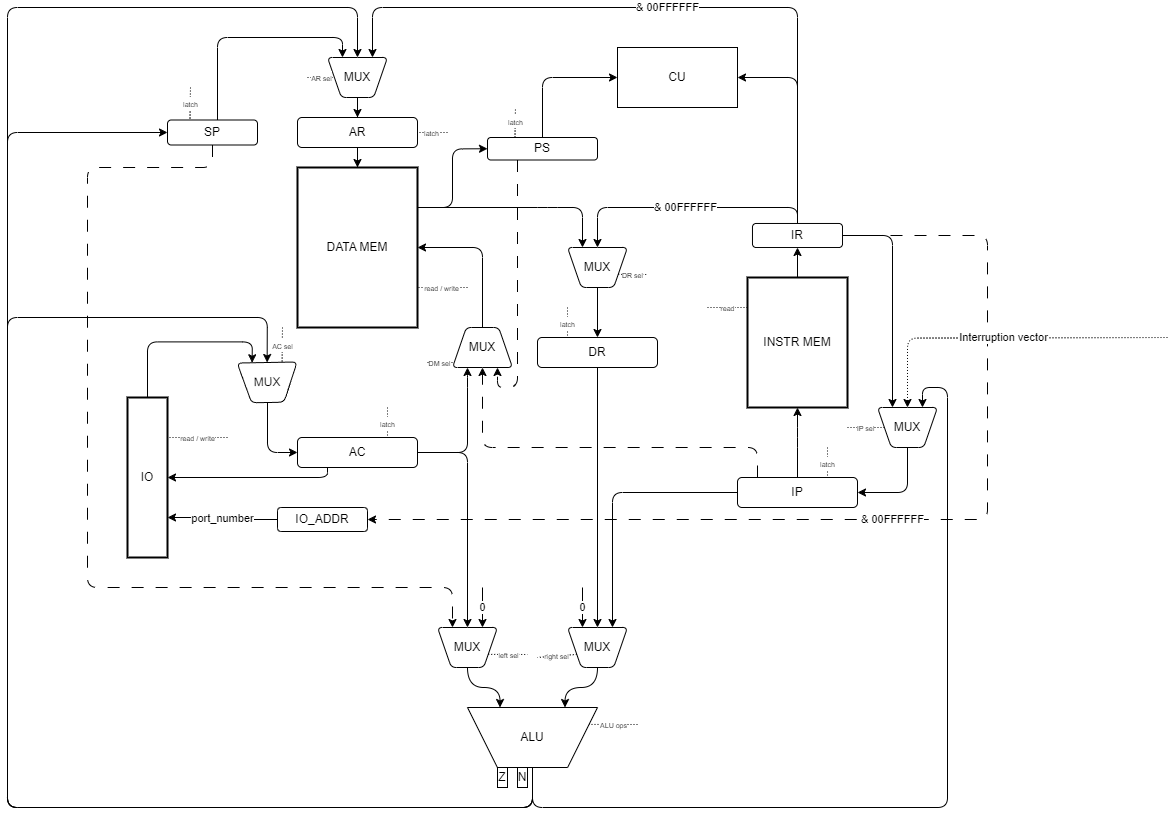
The draw.io diagram docs/sheme.png in artem961/csa-lab-4, before a commit. Source tidied: cells renumbered, new cells last; positions are measured from the earlier drawing's top-left corner, leaving out a move shared by most shapes.
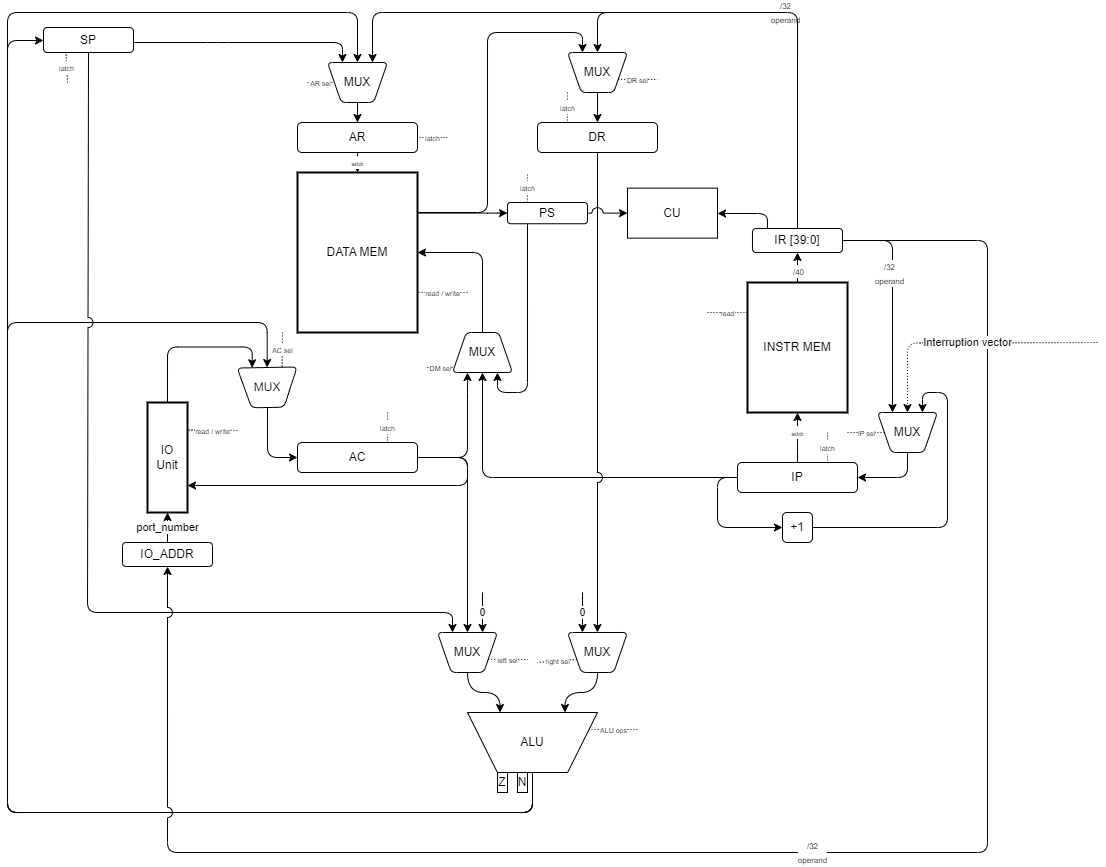
After the change.

Change to the diagram source:
```diff
@@ -5,22 +5,25 @@
     <mxCell id="2" style="edgeStyle=orthogonalEdgeStyle;rounded=1;jettySize=auto;html=1;entryX=0.5;entryY=1;entryDx=0;entryDy=0;exitX=0.5;exitY=0;exitDx=0;exitDy=0;curved=0;" parent="1" edge="1" source="3" target="67">
       <mxGeometry relative="1" as="geometry" />
     </mxCell>
+    <mxCell id="78" value="&lt;font style=&quot;font-size: 8px;&quot;&gt;/40&lt;/font&gt;" style="edgeLabel;html=1;align=center;verticalAlign=middle;" parent="2" vertex="1">
+      <mxGeometry x="-0.23" y="-1" relative="1" as="geometry" />
+    </mxCell>
     <mxCell id="3" value="INSTR MEM" style="rounded=0;whiteSpace=wrap;html=1;strokeWidth=2;" parent="1" vertex="1">
       <mxGeometry x="740" y="270" width="100" height="130" as="geometry" />
     </mxCell>
     <mxCell id="4" style="edgeStyle=orthogonalEdgeStyle;rounded=1;jettySize=auto;html=1;entryX=0.25;entryY=0;entryDx=0;entryDy=0;exitX=1;exitY=0.25;exitDx=0;exitDy=0;curved=0;" parent="1" edge="1" source="6" target="71">
       <mxGeometry relative="1" as="geometry">
         <Array as="points">
-          <mxPoint x="540" y="200" />
-          <mxPoint x="540" y="200" />
+          <mxPoint x="480" y="200" />
+          <mxPoint x="480" y="20" />
+          <mxPoint x="575" y="20" />
         </Array>
       </mxGeometry>
     </mxCell>
     <mxCell id="5" style="edgeStyle=orthogonalEdgeStyle;rounded=1;jettySize=auto;html=1;entryX=0;entryY=0.5;entryDx=0;entryDy=0;curved=0;" parent="1" edge="1" source="6" target="75">
       <mxGeometry relative="1" as="geometry">
         <Array as="points">
-          <mxPoint x="445" y="200" />
-          <mxPoint x="445" y="141" />
+          <mxPoint x="490" y="200" />
         </Array>
       </mxGeometry>
     </mxCell>
@@ -35,34 +38,35 @@
         </Array>
       </mxGeometry>
     </mxCell>
+    <mxCell id="79" value="&lt;font style=&quot;font-size: 6px;&quot;&gt;addr&lt;/font&gt;" style="edgeLabel;html=1;align=center;verticalAlign=middle;" parent="7" vertex="1">
+      <mxGeometry x="0.19" relative="1" as="geometry" />
+    </mxCell>
-    <mxCell id="8" style="edgeStyle=orthogonalEdgeStyle;rounded=1;jettySize=auto;html=1;entryX=0.75;entryY=0;entryDx=0;entryDy=0;curved=0;" parent="1" edge="1" source="10" target="22">
+    <mxCell id="8" style="edgeStyle=orthogonalEdgeStyle;rounded=1;jettySize=auto;html=1;entryX=0;entryY=0.5;entryDx=0;entryDy=0;curved=0;exitX=0;exitY=0.5;exitDx=0;exitDy=0;" parent="1" edge="1" source="10" target="81">
       <mxGeometry relative="1" as="geometry" />
     </mxCell>
-    <mxCell id="9" style="edgeStyle=orthogonalEdgeStyle;rounded=1;jettySize=auto;html=1;entryX=0.5;entryY=0;entryDx=0;entryDy=0;curved=0;strokeWidth=1;strokeColor=default;dashed=1;dashPattern=12 12;" parent="1" edge="1" source="10" target="56">
+    <mxCell id="9" style="edgeStyle=orthogonalEdgeStyle;rounded=1;jettySize=auto;html=1;entryX=0.5;entryY=0;entryDx=0;entryDy=0;curved=0;strokeWidth=1;strokeColor=default;jumpStyle=arc;jumpSize=10;exitX=0;exitY=0.5;exitDx=0;exitDy=0;" parent="1" edge="1" source="10" target="56">
       <mxGeometry relative="1" as="geometry">
         <Array as="points">
-          <mxPoint x="750" y="440" />
-          <mxPoint x="475" y="440" />
+          <mxPoint x="475" y="465" />
         </Array>
       </mxGeometry>
     </mxCell>
     <mxCell id="10" value="IP" style="rounded=1;whiteSpace=wrap;html=1;" parent="1" vertex="1">
-      <mxGeometry x="730" y="470" width="120" height="30" as="geometry" />
+      <mxGeometry x="730" y="450" width="120" height="30" as="geometry" />
     </mxCell>
     <mxCell id="11" value="CU" style="rounded=0;whiteSpace=wrap;html=1;" parent="1" vertex="1">
-      <mxGeometry x="610" y="40" width="120" height="60" as="geometry" />
+      <mxGeometry x="620" y="175.6" width="90" height="50" as="geometry" />
     </mxCell>
-    <mxCell id="12" style="edgeStyle=orthogonalEdgeStyle;rounded=0;jettySize=auto;html=1;entryX=0.5;entryY=0;entryDx=0;entryDy=0;" parent="1" edge="1" source="13" target="22">
+    <mxCell id="12" style="edgeStyle=orthogonalEdgeStyle;rounded=0;jettySize=auto;html=1;entryX=0.5;entryY=0;entryDx=0;entryDy=0;jumpStyle=arc;jumpSize=10;" parent="1" edge="1" source="13" target="22">
       <mxGeometry relative="1" as="geometry" />
     </mxCell>
     <mxCell id="13" value="DR" style="rounded=1;whiteSpace=wrap;html=1;" parent="1" vertex="1">
-      <mxGeometry x="530" y="330" width="120" height="30" as="geometry" />
+      <mxGeometry x="530" y="110" width="120" height="30" as="geometry" />
     </mxCell>
-    <mxCell id="14" style="edgeStyle=orthogonalEdgeStyle;rounded=1;jettySize=auto;html=1;entryX=0.75;entryY=0;entryDx=0;entryDy=0;exitX=0.5;exitY=1;exitDx=0;exitDy=0;curved=0;" parent="1" edge="1" source="18" target="28">
+    <mxCell id="14" style="edgeStyle=orthogonalEdgeStyle;rounded=1;jettySize=auto;html=1;entryX=0.75;entryY=0;entryDx=0;entryDy=0;exitX=1;exitY=0.5;exitDx=0;exitDy=0;curved=0;" parent="1" edge="1" source="81" target="28">
       <mxGeometry relative="1" as="geometry">
         <Array as="points">
-          <mxPoint x="525" y="800" />
-          <mxPoint x="940" y="800" />
+          <mxPoint x="940" y="515" />
           <mxPoint x="940" y="380" />
           <mxPoint x="915" y="380" />
         </Array>
@@ -93,7 +97,8 @@
         <Array as="points">
           <mxPoint x="525" y="800" />
           <mxPoint y="800" />
-          <mxPoint y="125" />
+          <mxPoint y="28" />
+          <mxPoint x="36" y="28" />
         </Array>
       </mxGeometry>
     </mxCell>
@@ -123,10 +128,12 @@
         </Array>
       </mxGeometry>
     </mxCell>
-    <mxCell id="25" style="edgeStyle=orthogonalEdgeStyle;rounded=1;jettySize=auto;html=1;entryX=1;entryY=0.5;entryDx=0;entryDy=0;exitX=0.25;exitY=1;exitDx=0;exitDy=0;curved=0;" parent="1" edge="1" source="26" target="36">
+    <mxCell id="25" style="edgeStyle=orthogonalEdgeStyle;rounded=1;jettySize=auto;html=1;entryX=1;entryY=0.75;entryDx=0;entryDy=0;exitX=1;exitY=0.5;exitDx=0;exitDy=0;curved=0;" parent="1" edge="1" source="26" target="36">
       <mxGeometry relative="1" as="geometry">
         <Array as="points">
-          <mxPoint x="320" y="470" />
+          <mxPoint x="460" y="445" />
+          <mxPoint x="460" y="473" />
+          <mxPoint x="180" y="473" />
         </Array>
       </mxGeometry>
     </mxCell>
@@ -139,7 +146,7 @@
     <mxCell id="28" value="MUX" style="verticalLabelPosition=middle;verticalAlign=middle;html=1;shape=trapezoid;perimeter=trapezoidPerimeter;whiteSpace=wrap;size=0.23;arcSize=10;flipV=1;labelPosition=center;align=center;rounded=1;" parent="1" vertex="1">
       <mxGeometry x="870" y="400" width="60" height="40" as="geometry" />
     </mxCell>
-    <mxCell id="29" style="edgeStyle=orthogonalEdgeStyle;rounded=0;jettySize=auto;html=1;entryX=0.5;entryY=0;entryDx=0;entryDy=0;" parent="1" edge="1" source="30" target="6">
+    <mxCell id="29" value="&lt;font style=&quot;font-size: 6px;&quot;&gt;addr&lt;/font&gt;" style="edgeStyle=orthogonalEdgeStyle;rounded=0;jettySize=auto;html=1;entryX=0.5;entryY=0;entryDx=0;entryDy=0;" parent="1" edge="1" source="30" target="6">
       <mxGeometry relative="1" as="geometry" />
     </mxCell>
     <mxCell id="30" value="AR" style="rounded=1;whiteSpace=wrap;html=1;" parent="1" vertex="1">
@@ -160,16 +167,15 @@
     <mxCell id="35" style="edgeStyle=orthogonalEdgeStyle;rounded=1;jettySize=auto;html=1;entryX=0.25;entryY=0;entryDx=0;entryDy=0;curved=0;exitX=0.5;exitY=0;exitDx=0;exitDy=0;" parent="1" edge="1" source="36" target="34">
       <mxGeometry relative="1" as="geometry" />
     </mxCell>
-    <mxCell id="36" value="IO" style="rounded=0;whiteSpace=wrap;html=1;strokeWidth=2;" parent="1" vertex="1">
-      <mxGeometry x="120" y="390" width="40" height="160" as="geometry" />
+    <mxCell id="36" value="IO&lt;div&gt;Unit&lt;/div&gt;" style="rounded=0;whiteSpace=wrap;html=1;strokeWidth=2;" parent="1" vertex="1">
+      <mxGeometry x="140" y="390" width="40" height="110" as="geometry" />
     </mxCell>
-    <mxCell id="37" style="edgeStyle=orthogonalEdgeStyle;rounded=1;jettySize=auto;html=1;entryX=0.25;entryY=0;entryDx=0;entryDy=0;curved=0;dashed=1;dashPattern=12 12;exitX=0.5;exitY=1;exitDx=0;exitDy=0;" parent="1" edge="1" source="39" target="20">
+    <mxCell id="37" style="edgeStyle=orthogonalEdgeStyle;rounded=1;jettySize=auto;html=1;entryX=0.25;entryY=0;entryDx=0;entryDy=0;curved=0;exitX=0.5;exitY=1;exitDx=0;exitDy=0;jumpStyle=arc;jumpSize=10;" parent="1" edge="1" source="39" target="20">
       <mxGeometry relative="1" as="geometry">
         <Array as="points">
-          <mxPoint x="205" y="160" />
-          <mxPoint x="80" y="160" />
-          <mxPoint x="80" y="580" />
-          <mxPoint x="445" y="580" />
+          <mxPoint x="80" y="50" />
+          <mxPoint x="80" y="600" />
+          <mxPoint x="445" y="600" />
         </Array>
       </mxGeometry>
     </mxCell>
@@ -182,7 +188,7 @@
       </mxGeometry>
     </mxCell>
     <mxCell id="39" value="SP" style="rounded=1;whiteSpace=wrap;html=1;" parent="1" vertex="1">
-      <mxGeometry x="160" y="112.5" width="90" height="25" as="geometry" />
+      <mxGeometry x="36" y="15" width="90" height="25" as="geometry" />
     </mxCell>
     <mxCell id="40" value="0" style="endArrow=none;html=1;rounded=0;exitX=0.25;exitY=0;exitDx=0;exitDy=0;endFill=1;startArrow=classic;startFill=1;" parent="1" edge="1" source="22">
       <mxGeometry relative="1" as="geometry">
@@ -204,9 +210,9 @@
         <mxPoint x="530" y="650" as="targetPoint" />
       </mxGeometry>
     </mxCell>
-    <mxCell id="44" value="&lt;font style=&quot;font-size: 7px;&quot;&gt;latch&lt;/font&gt;" style="endArrow=none;dashed=1;html=1;rounded=0;dashPattern=1 2;entryX=0.25;entryY=0;entryDx=0;entryDy=0;" parent="1" edge="1" target="39">
+    <mxCell id="44" value="&lt;font style=&quot;font-size: 7px;&quot;&gt;latch&lt;/font&gt;" style="endArrow=none;dashed=1;html=1;rounded=0;dashPattern=1 2;entryX=0.25;entryY=1;entryDx=0;entryDy=0;" parent="1" edge="1" target="39">
       <mxGeometry relative="1" as="geometry">
-        <mxPoint x="183" y="80" as="sourcePoint" />
+        <mxPoint x="60" y="70" as="sourcePoint" />
       </mxGeometry>
     </mxCell>
     <mxCell id="45" value="&lt;font style=&quot;font-size: 7px;&quot;&gt;AC sel&lt;/font&gt;" style="endArrow=none;dashed=1;html=1;rounded=0;dashPattern=1 2;entryX=0.75;entryY=0;entryDx=0;entryDy=0;" parent="1" edge="1" target="34">
@@ -216,7 +222,7 @@
     </mxCell>
     <mxCell id="46" value="&lt;font style=&quot;font-size: 7px;&quot;&gt;read / write&lt;/font&gt;" style="endArrow=none;dashed=1;html=1;rounded=0;dashPattern=1 2;entryX=1;entryY=0.25;entryDx=0;entryDy=0;" parent="1" edge="1" target="36">
       <mxGeometry relative="1" as="geometry">
-        <mxPoint x="220" y="430" as="sourcePoint" />
+        <mxPoint x="230" y="418" as="sourcePoint" />
       </mxGeometry>
     </mxCell>
     <mxCell id="47" value="&lt;font style=&quot;font-size: 7px;&quot;&gt;latch&lt;/font&gt;" style="endArrow=none;dashed=1;html=1;rounded=0;dashPattern=1 2;entryX=0.75;entryY=0;entryDx=0;entryDy=0;" parent="1" edge="1" target="26">
@@ -231,7 +237,7 @@
     </mxCell>
     <mxCell id="49" value="&lt;font style=&quot;font-size: 7px;&quot;&gt;latch&lt;/font&gt;" style="endArrow=none;dashed=1;html=1;rounded=0;dashPattern=1 2;entryX=0.75;entryY=0;entryDx=0;entryDy=0;" parent="1" edge="1" target="10">
       <mxGeometry relative="1" as="geometry">
-        <mxPoint x="820" y="440" as="sourcePoint" />
+        <mxPoint x="820" y="420" as="sourcePoint" />
       </mxGeometry>
     </mxCell>
     <mxCell id="50" value="&lt;font style=&quot;font-size: 7px;&quot;&gt;IP sel&lt;/font&gt;" style="endArrow=none;dashed=1;html=1;rounded=0;dashPattern=1 2;entryX=0;entryY=0.5;entryDx=0;entryDy=0;" parent="1" edge="1" target="28">
@@ -270,7 +276,7 @@
     </mxCell>
     <mxCell id="58" value="&lt;font style=&quot;font-size: 7px;&quot;&gt;latch&lt;/font&gt;" style="endArrow=none;dashed=1;html=1;rounded=0;dashPattern=1 2;entryX=0.25;entryY=0;entryDx=0;entryDy=0;" parent="1" edge="1" target="13">
       <mxGeometry relative="1" as="geometry">
-        <mxPoint x="560" y="300" as="sourcePoint" />
+        <mxPoint x="560" y="80" as="sourcePoint" />
       </mxGeometry>
     </mxCell>
     <mxCell id="59" value="&lt;font style=&quot;font-size: 7px;&quot;&gt;latch&lt;/font&gt;" style="endArrow=none;dashed=1;html=1;rounded=0;dashPattern=1 2;entryX=1;entryY=0.5;entryDx=0;entryDy=0;" parent="1" edge="1" target="30">
@@ -295,23 +301,27 @@
     <mxCell id="62" style="edgeStyle=orthogonalEdgeStyle;rounded=1;jettySize=auto;html=1;entryX=0.25;entryY=0;entryDx=0;entryDy=0;curved=0;" parent="1" edge="1" source="67" target="28">
       <mxGeometry relative="1" as="geometry" />
     </mxCell>
+    <mxCell id="80" value="&lt;font style=&quot;font-size: 8px;&quot;&gt;/32&lt;/font&gt;&lt;div&gt;&lt;font style=&quot;font-size: 8px;&quot;&gt;operand&lt;/font&gt;&lt;/div&gt;" style="edgeLabel;html=1;align=center;verticalAlign=middle;" parent="62" vertex="1">
+      <mxGeometry x="-0.25" y="-3" relative="1" as="geometry" />
+    </mxCell>
-    <mxCell id="63" value="&amp;amp; 00FFFFFF" style="edgeStyle=orthogonalEdgeStyle;rounded=1;jettySize=auto;html=1;entryX=1;entryY=0.5;entryDx=0;entryDy=0;curved=0;dashed=1;dashPattern=12 12;" parent="1" edge="1" source="67" target="69">
+    <mxCell id="63" value="&lt;font style=&quot;font-size: 8px;&quot;&gt;/32&lt;/font&gt;&lt;div&gt;&lt;font style=&quot;font-size: 8px;&quot;&gt;operand&lt;/font&gt;&lt;/div&gt;" style="edgeStyle=orthogonalEdgeStyle;rounded=1;jettySize=auto;html=1;entryX=0.5;entryY=1;entryDx=0;entryDy=0;curved=0;jumpStyle=arc;jumpSize=10;" parent="1" edge="1" source="67" target="69">
       <mxGeometry relative="1" as="geometry">
         <Array as="points">
           <mxPoint x="980" y="228" />
-          <mxPoint x="980" y="512" />
+          <mxPoint x="980" y="840" />
+          <mxPoint x="160" y="840" />
         </Array>
       </mxGeometry>
     </mxCell>
-    <mxCell id="64" value="&amp;amp; 00FFFFFF" style="edgeStyle=orthogonalEdgeStyle;rounded=1;jettySize=auto;html=1;entryX=0.5;entryY=0;entryDx=0;entryDy=0;exitX=0.5;exitY=0;exitDx=0;exitDy=0;curved=0;" parent="1" edge="1" source="67" target="71">
+    <mxCell id="64" value="&lt;font style=&quot;font-size: 8px;&quot;&gt;/32&lt;/font&gt;&lt;div&gt;&lt;font style=&quot;font-size: 8px;&quot;&gt;operand&lt;/font&gt;&lt;/div&gt;" style="edgeStyle=orthogonalEdgeStyle;rounded=1;jettySize=auto;html=1;entryX=0.5;entryY=0;entryDx=0;entryDy=0;exitX=0.5;exitY=0;exitDx=0;exitDy=0;curved=0;" parent="1" edge="1" source="67" target="71">
       <mxGeometry relative="1" as="geometry">
         <Array as="points">
-          <mxPoint x="790" y="200" />
-          <mxPoint x="590" y="200" />
+          <mxPoint x="790" />
+          <mxPoint x="590" />
         </Array>
       </mxGeometry>
     </mxCell>
-    <mxCell id="65" value="&amp;amp; 00FFFFFF" style="edgeStyle=orthogonalEdgeStyle;rounded=1;jettySize=auto;html=1;entryX=0.75;entryY=0;entryDx=0;entryDy=0;curved=0;" parent="1" edge="1" source="67" target="32">
+    <mxCell id="65" style="edgeStyle=orthogonalEdgeStyle;rounded=1;jettySize=auto;html=1;entryX=0.75;entryY=0;entryDx=0;entryDy=0;curved=0;" parent="1" edge="1" source="67" target="32">
       <mxGeometry relative="1" as="geometry">
         <Array as="points">
           <mxPoint x="790" />
@@ -319,56 +329,60 @@
         </Array>
       </mxGeometry>
     </mxCell>
-    <mxCell id="66" style="edgeStyle=orthogonalEdgeStyle;rounded=1;jettySize=auto;html=1;entryX=1;entryY=0.5;entryDx=0;entryDy=0;curved=0;" parent="1" edge="1" source="67" target="11">
+    <mxCell id="66" style="edgeStyle=orthogonalEdgeStyle;rounded=1;jettySize=auto;html=1;entryX=1;entryY=0.5;entryDx=0;entryDy=0;curved=0;jumpStyle=arc;jumpSize=10;" parent="1" edge="1" source="67" target="11">
       <mxGeometry relative="1" as="geometry">
         <Array as="points">
-          <mxPoint x="790" y="70" />
+          <mxPoint x="760" y="201" />
+          <mxPoint x="710" y="201" />
         </Array>
       </mxGeometry>
     </mxCell>
-    <mxCell id="67" value="IR" style="rounded=1;whiteSpace=wrap;html=1;" parent="1" vertex="1">
+    <mxCell id="67" value="IR [39:0]" style="rounded=1;whiteSpace=wrap;html=1;" parent="1" vertex="1">
       <mxGeometry x="745" y="216" width="90" height="24" as="geometry" />
     </mxCell>
-    <mxCell id="68" value="port_number" style="edgeStyle=orthogonalEdgeStyle;rounded=0;jettySize=auto;html=1;entryX=1;entryY=0.75;entryDx=0;entryDy=0;" parent="1" edge="1" source="69" target="36">
+    <mxCell id="68" value="port_number" style="edgeStyle=orthogonalEdgeStyle;rounded=0;jettySize=auto;html=1;entryX=0.5;entryY=1;entryDx=0;entryDy=0;" parent="1" edge="1" source="69" target="36">
       <mxGeometry relative="1" as="geometry" />
     </mxCell>
     <mxCell id="69" value="IO_ADDR" style="rounded=1;whiteSpace=wrap;html=1;" parent="1" vertex="1">
-      <mxGeometry x="270" y="500" width="90" height="24" as="geometry" />
+      <mxGeometry x="115" y="530" width="90" height="24" as="geometry" />
     </mxCell>
     <mxCell id="70" style="edgeStyle=orthogonalEdgeStyle;rounded=0;jettySize=auto;html=1;entryX=0.5;entryY=0;entryDx=0;entryDy=0;" parent="1" edge="1" source="71" target="13">
       <mxGeometry relative="1" as="geometry" />
     </mxCell>
     <mxCell id="71" value="MUX" style="verticalLabelPosition=middle;verticalAlign=middle;html=1;shape=trapezoid;perimeter=trapezoidPerimeter;whiteSpace=wrap;size=0.23;arcSize=10;flipV=1;labelPosition=center;align=center;rounded=1;" parent="1" vertex="1">
-      <mxGeometry x="560" y="240" width="60" height="40" as="geometry" />
+      <mxGeometry x="560" y="40" width="60" height="40" as="geometry" />
     </mxCell>
     <mxCell id="72" value="&lt;font style=&quot;font-size: 7px;&quot;&gt;DR sel&lt;/font&gt;" style="endArrow=none;dashed=1;html=1;rounded=0;exitX=1;exitY=0.75;exitDx=0;exitDy=0;dashPattern=1 2;" parent="1" edge="1" source="71">
       <mxGeometry relative="1" as="geometry">
-        <mxPoint x="640" y="267" as="targetPoint" />
+        <mxPoint x="650" y="67" as="targetPoint" />
       </mxGeometry>
     </mxCell>
-    <mxCell id="73" style="edgeStyle=orthogonalEdgeStyle;rounded=1;jettySize=auto;html=1;entryX=0;entryY=0.5;entryDx=0;entryDy=0;exitX=0.5;exitY=0;exitDx=0;exitDy=0;curved=0;" parent="1" edge="1" source="75" target="11">
+    <mxCell id="73" style="edgeStyle=orthogonalEdgeStyle;rounded=1;jettySize=auto;html=1;entryX=0;entryY=0.5;entryDx=0;entryDy=0;exitX=1;exitY=0.5;exitDx=0;exitDy=0;curved=0;jumpStyle=arc;jumpSize=11;" parent="1" edge="1" source="75" target="11">
       <mxGeometry relative="1" as="geometry" />
     </mxCell>
-    <mxCell id="74" style="edgeStyle=orthogonalEdgeStyle;rounded=1;jettySize=auto;html=1;entryX=0.25;entryY=0;entryDx=0;entryDy=0;curved=0;dashed=1;dashPattern=12 12;" parent="1" edge="1" source="75" target="56">
+    <mxCell id="74" style="edgeStyle=orthogonalEdgeStyle;rounded=1;jettySize=auto;html=1;entryX=0.25;entryY=0;entryDx=0;entryDy=0;curved=0;jumpStyle=arc;jumpSize=10;exitX=0.25;exitY=1;exitDx=0;exitDy=0;" parent="1" edge="1" source="75" target="56">
       <mxGeometry relative="1" as="geometry">
         <Array as="points">
-          <mxPoint x="510" y="380" />
+          <mxPoint x="520" y="380" />
           <mxPoint x="490" y="380" />
         </Array>
       </mxGeometry>
     </mxCell>
     <mxCell id="75" value="PS" style="rounded=1;whiteSpace=wrap;html=1;" parent="1" vertex="1">
-      <mxGeometry x="480" y="130" width="110" height="22.5" as="geometry" />
+      <mxGeometry x="500" y="190" width="80" height="21.2" as="geometry" />
     </mxCell>
     <mxCell id="76" value="&lt;font style=&quot;font-size: 7px;&quot;&gt;latch&lt;/font&gt;" style="endArrow=none;dashed=1;html=1;rounded=0;dashPattern=1 2;exitX=0.25;exitY=0;exitDx=0;exitDy=0;" parent="1" edge="1" source="75">
       <mxGeometry relative="1" as="geometry">
-        <mxPoint x="508" y="100" as="targetPoint" />
+        <mxPoint x="520" y="160" as="targetPoint" />
       </mxGeometry>
     </mxCell>
     <mxCell id="77" value="Interruption vector" style="edgeStyle=orthogonalEdgeStyle;rounded=1;jettySize=auto;html=1;entryX=0.5;entryY=0;entryDx=0;entryDy=0;curved=0;dashed=1;dashPattern=1 2;" parent="1" edge="1" target="28">
       <mxGeometry relative="1" as="geometry">
-        <mxPoint x="1160" y="330" as="sourcePoint" />
+        <mxPoint x="1090" y="330" as="sourcePoint" />
       </mxGeometry>
     </mxCell>
+    <mxCell id="81" value="+1" style="rounded=1;whiteSpace=wrap;html=1;" parent="1" vertex="1">
+      <mxGeometry x="775" y="500" width="30" height="30" as="geometry" />
+    </mxCell>
   </root>
 </mxGraphModel>
```
